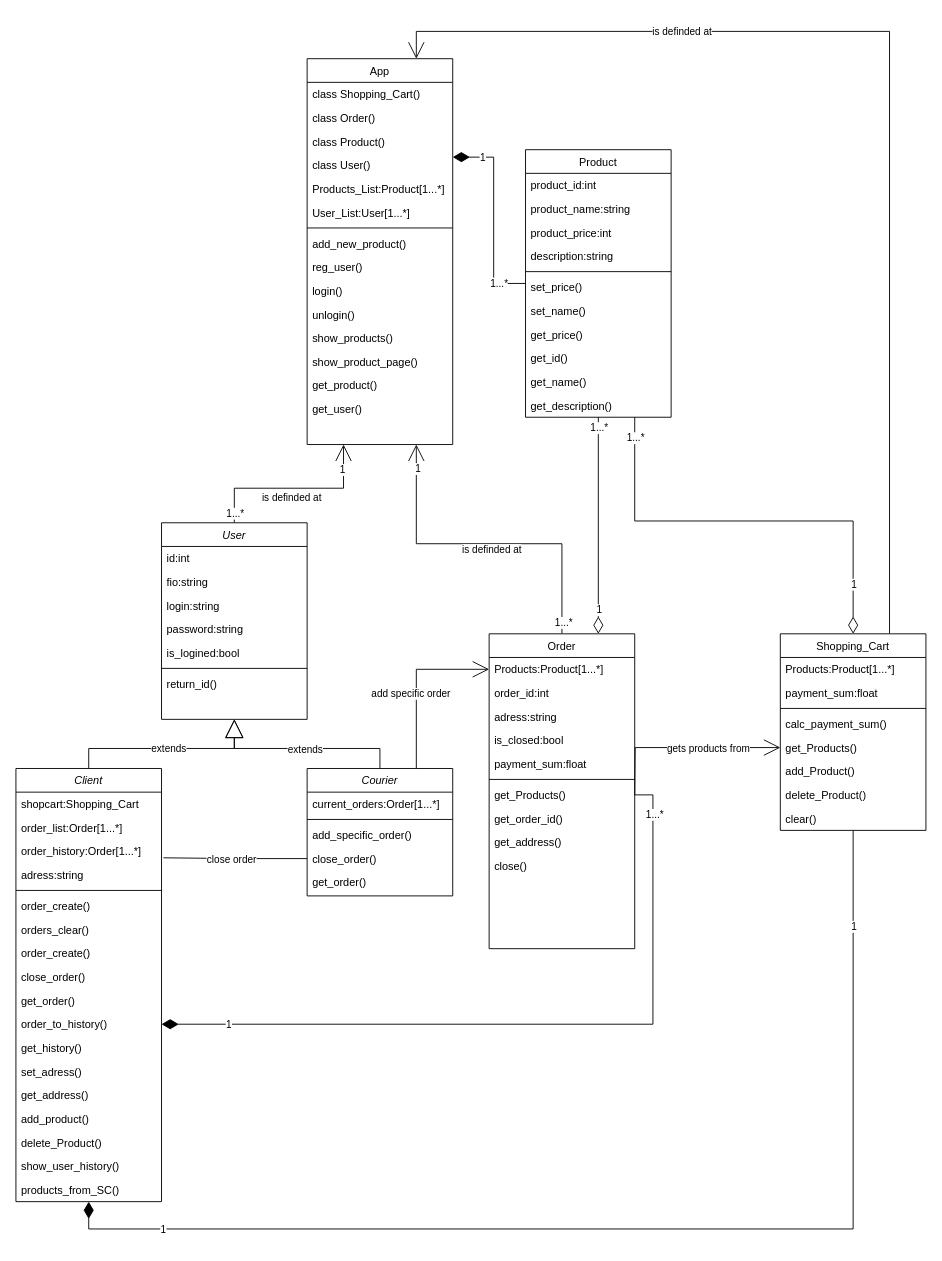
The draw.io diagram class_diagram_delivery_service.drawio in MstislavRomanovski/ProgramIngeneering, before the edit. Source tidied: cells renumbered, new cells numbered last; positions are measured from the earlier drawing's top-left corner, leaving out a move shared by most shapes. Both pictures are drawn from the tidied source at 91%, with x=0, y=0 at pixel (15, 58).
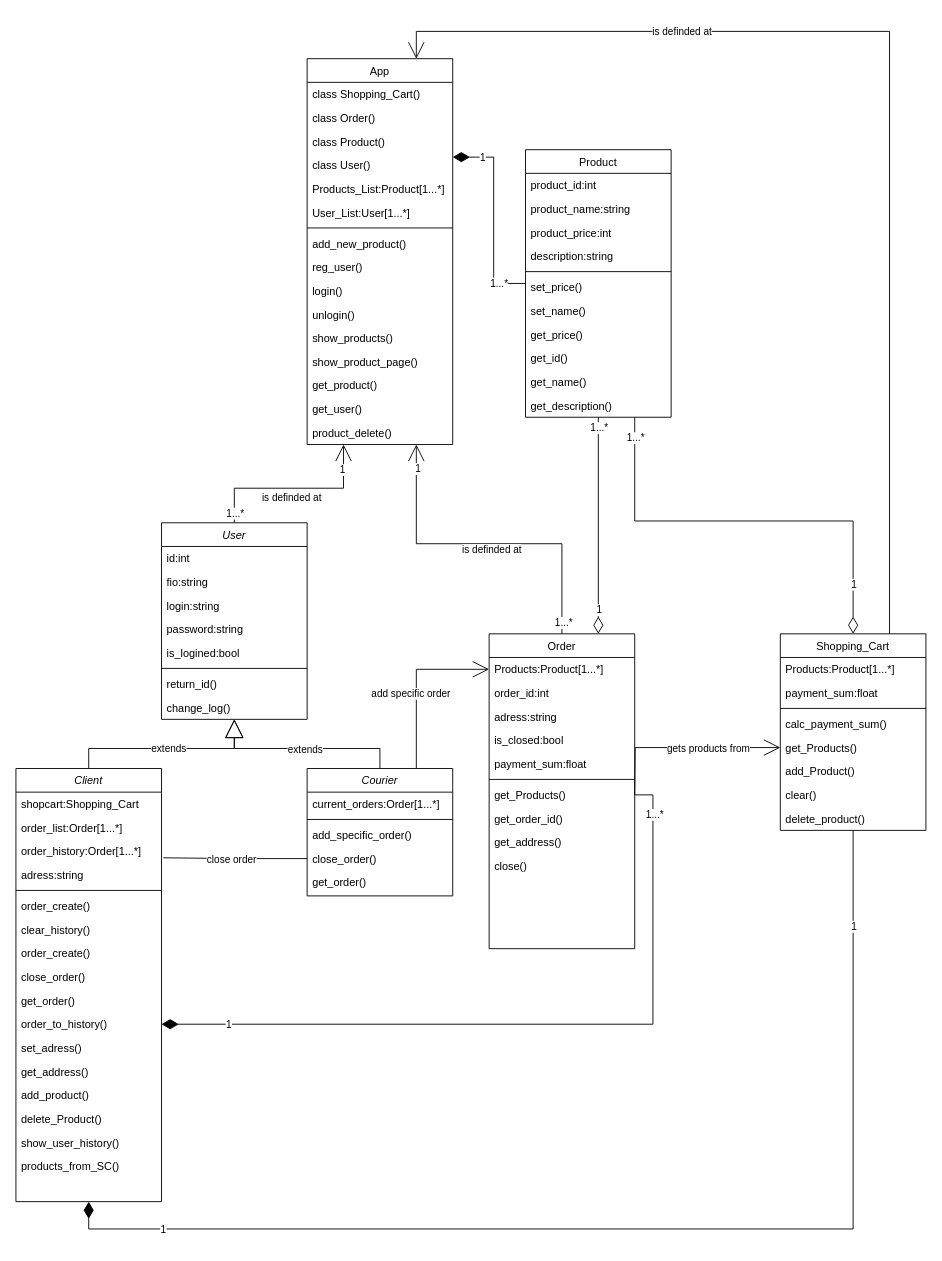
After the change.

The change refers to these unchanged cells:
```xml
<mxCell id="5" value="User" style="swimlane;fontStyle=2;align=center;verticalAlign=top;horizontal=1;startSize=26;rounded=0;shadow=0;strokeWidth=1;" parent="1" vertex="1">
  <mxGeometry x="160" y="510" width="160" height="216" as="geometry" />
</mxCell>
<mxCell id="13" value="App" style="swimlane;fontStyle=0;align=center;verticalAlign=top;horizontal=1;startSize=26;rounded=0;shadow=0;strokeWidth=1;" parent="1" vertex="1">
  <mxGeometry x="320" width="160" height="424" as="geometry" />
</mxCell>
<mxCell id="31" value="Client" style="swimlane;fontStyle=2;align=center;verticalAlign=top;horizontal=1;startSize=26;rounded=0;shadow=0;strokeWidth=1;" parent="1" vertex="1">
  <mxGeometry y="780" width="160" height="476" as="geometry" />
</mxCell>
<mxCell id="81" value="Shopping_Cart" style="swimlane;fontStyle=0;align=center;verticalAlign=top;horizontal=1;startSize=26;rounded=0;shadow=0;strokeWidth=1;" parent="1" vertex="1">
  <mxGeometry x="840" y="632" width="160" height="216" as="geometry" />
</mxCell>
```

Change to the diagram source:
```diff
@@
+    <mxCell id="118" value="change_log()" style="text;align=left;verticalAlign=top;spacingLeft=4;spacingRight=4;overflow=hidden;" parent="5" vertex="1">
+      <mxGeometry y="190" width="160" height="26" as="geometry" />
+    </mxCell>
@@
+    <mxCell id="119" value="product_delete()" style="text;align=left;verticalAlign=top;spacingLeft=4;spacingRight=4;overflow=hidden;" parent="13" vertex="1">
+      <mxGeometry y="398" width="160" height="26" as="geometry" />
+    </mxCell>
@@
-    <mxCell id="38" value="orders_clear()" style="text;align=left;verticalAlign=top;spacingLeft=4;spacingRight=4;overflow=hidden;" parent="31" vertex="1">
+    <mxCell id="38" value="clear_history()" style="text;align=left;verticalAlign=top;spacingLeft=4;spacingRight=4;overflow=hidden;" parent="31" vertex="1">
       <mxGeometry y="164" width="160" height="26" as="geometry" />
     </mxCell>
@@
-    <mxCell id="43" value="get_history()" style="text;align=left;verticalAlign=top;spacingLeft=4;spacingRight=4;overflow=hidden;" parent="31" vertex="1">
-      <mxGeometry y="294" width="160" height="26" as="geometry" />
-    </mxCell>
     <mxCell id="44" value="set_adress()" style="text;align=left;verticalAlign=top;spacingLeft=4;spacingRight=4;overflow=hidden;rounded=0;shadow=0;html=0;" parent="31" vertex="1">
-      <mxGeometry y="320" width="160" height="26" as="geometry" />
+      <mxGeometry y="294" width="160" height="26" as="geometry" />
     </mxCell>
     <mxCell id="45" value="get_address()" style="text;align=left;verticalAlign=top;spacingLeft=4;spacingRight=4;overflow=hidden;" parent="31" vertex="1">
-      <mxGeometry y="346" width="160" height="26" as="geometry" />
+      <mxGeometry y="320" width="160" height="26" as="geometry" />
     </mxCell>
     <mxCell id="46" value="add_product()" style="text;align=left;verticalAlign=top;spacingLeft=4;spacingRight=4;overflow=hidden;" parent="31" vertex="1">
-      <mxGeometry y="372" width="160" height="26" as="geometry" />
+      <mxGeometry y="346" width="160" height="26" as="geometry" />
     </mxCell>
     <mxCell id="47" value="delete_Product()" style="text;align=left;verticalAlign=top;spacingLeft=4;spacingRight=4;overflow=hidden;" parent="31" vertex="1">
-      <mxGeometry y="398" width="160" height="26" as="geometry" />
+      <mxGeometry y="372" width="160" height="26" as="geometry" />
     </mxCell>
     <mxCell id="48" value="show_user_history()" style="text;align=left;verticalAlign=top;spacingLeft=4;spacingRight=4;overflow=hidden;" parent="31" vertex="1">
-      <mxGeometry y="424" width="160" height="26" as="geometry" />
+      <mxGeometry y="398" width="160" height="26" as="geometry" />
     </mxCell>
     <mxCell id="49" value="products_from_SC()" style="text;align=left;verticalAlign=top;spacingLeft=4;spacingRight=4;overflow=hidden;" parent="31" vertex="1">
-      <mxGeometry y="450" width="160" height="26" as="geometry" />
+      <mxGeometry y="424" width="160" height="26" as="geometry" />
     </mxCell>
@@
-    <mxCell id="88" value="delete_Product()" style="text;align=left;verticalAlign=top;spacingLeft=4;spacingRight=4;overflow=hidden;" parent="81" vertex="1">
-      <mxGeometry y="164" width="160" height="26" as="geometry" />
-    </mxCell>
     <mxCell id="89" value="clear()" style="text;align=left;verticalAlign=top;spacingLeft=4;spacingRight=4;overflow=hidden;" parent="81" vertex="1">
-      <mxGeometry y="190" width="160" height="26" as="geometry" />
+      <mxGeometry y="164" width="160" height="26" as="geometry" />
     </mxCell>
+    <mxCell id="120" value="delete_product()" style="text;align=left;verticalAlign=top;spacingLeft=4;spacingRight=4;overflow=hidden;" parent="81" vertex="1">
+      <mxGeometry y="190" width="160" height="26" as="geometry" />
+    </mxCell>
```
